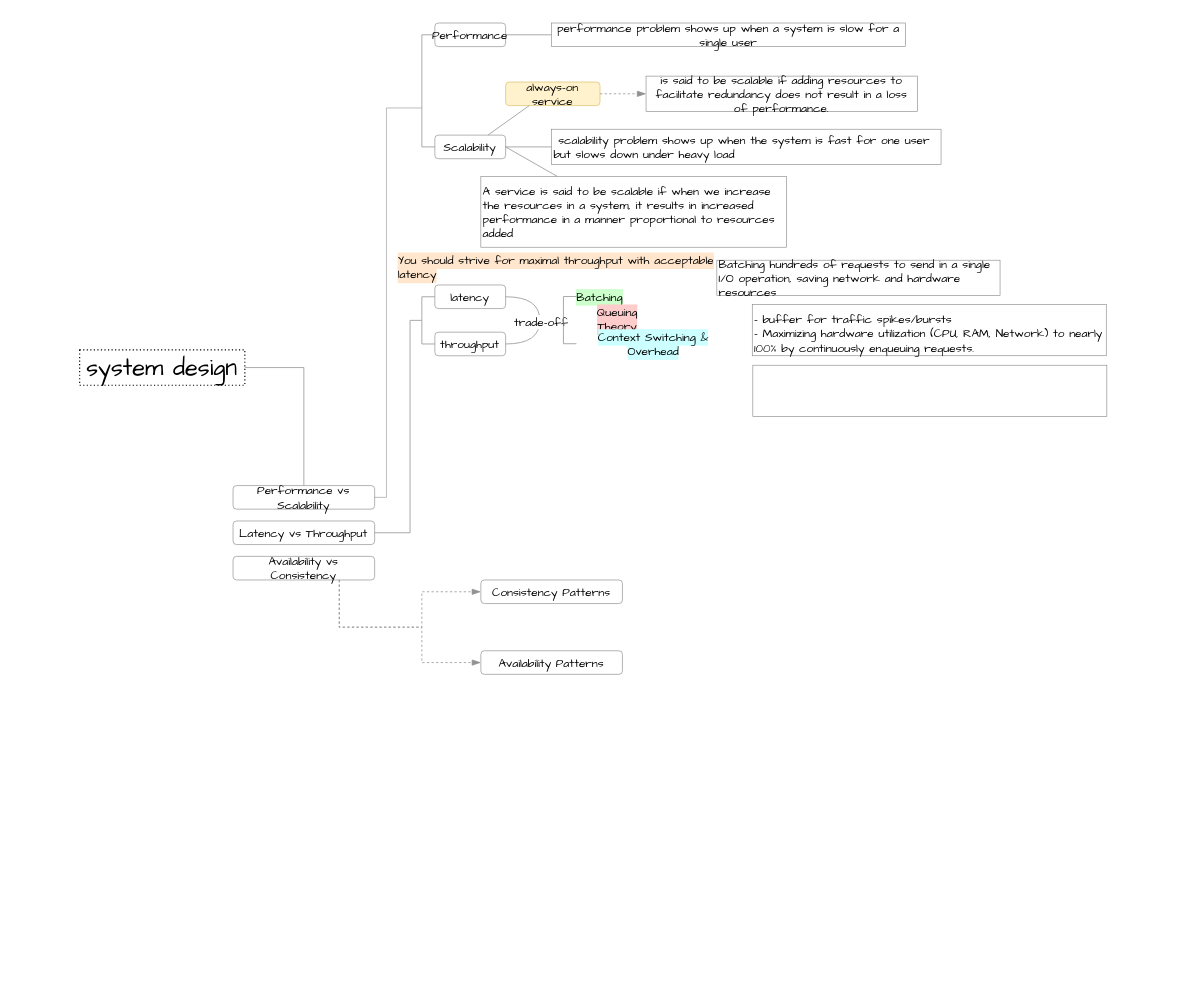
ptt743/draw keeps this draw.io diagram as page "Page-1" (1 of 2) of [research]SystemDesignKnowledge.drawio. Above is the earlier version. Source tidied: cells renumbered, new cells numbered last; positions are measured from the earlier drawing's top-left corner, leaving out a move shared by most shapes. Both pictures are drawn from the tidied source at 118%, with x=0, y=0 at pixel (79, 22).
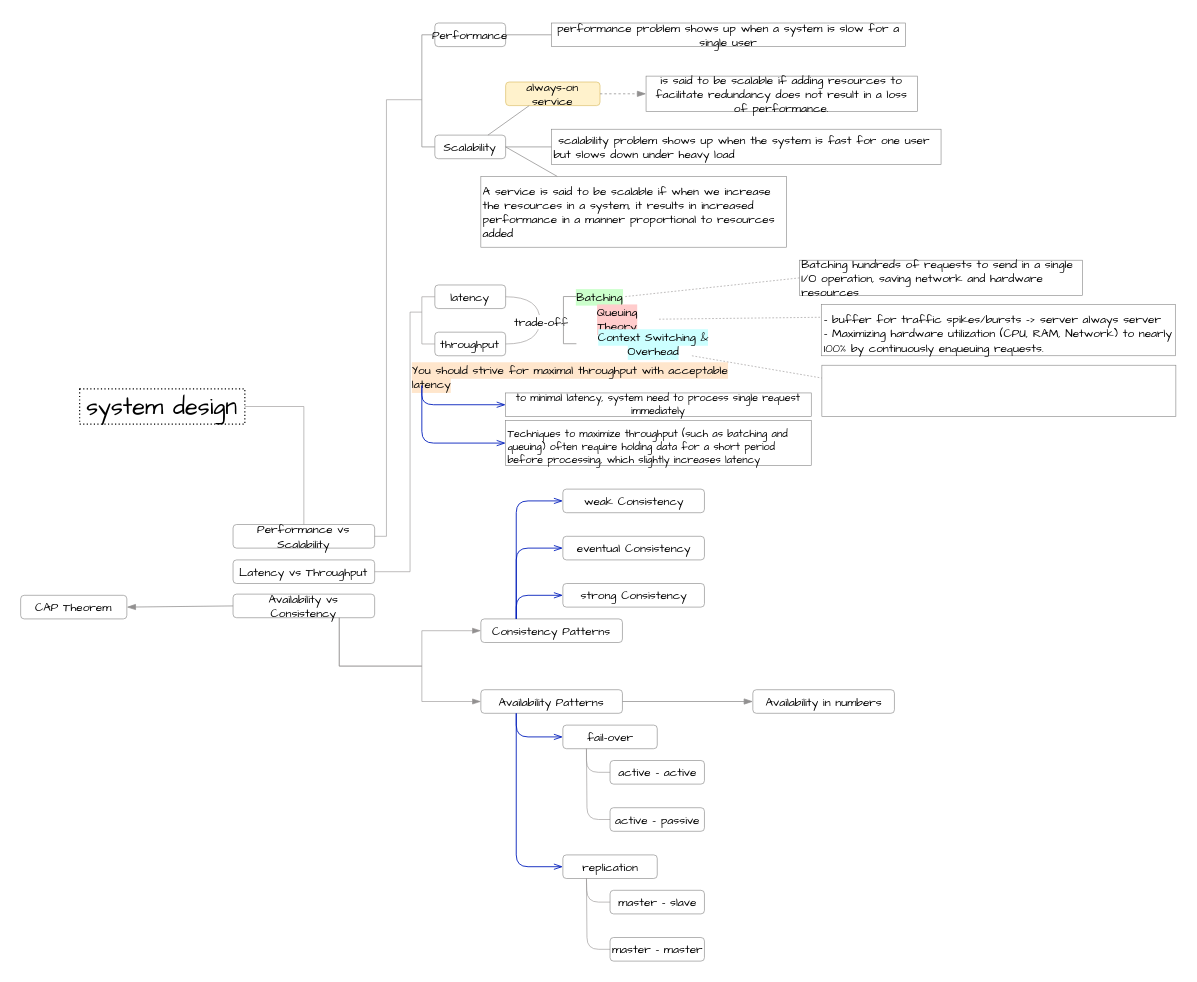
The same diagram, later.

The change refers to these unchanged cells:
```xml
<mxCell id="25" value="latency" style="rounded=1;whiteSpace=wrap;html=1;fontFamily=Comic Sans MS;strokeColor=#808080;strokeWidth=0.5;fontSize=10;" parent="1" vertex="1">
  <mxGeometry x="301" y="222" width="60" height="20" as="geometry" />
</mxCell>
<mxCell id="26" value="throughput" style="rounded=1;whiteSpace=wrap;html=1;fontFamily=Comic Sans MS;strokeColor=#808080;strokeWidth=0.5;fontSize=10;" parent="1" vertex="1">
  <mxGeometry x="301" y="262" width="60" height="20" as="geometry" />
</mxCell>
<mxCell id="33" value="&lt;span style=&quot;background-color: rgb(204, 255, 204);&quot;&gt;Batching&lt;/span&gt;" style="text;html=1;whiteSpace=wrap;strokeColor=none;fillColor=none;align=center;verticalAlign=middle;rounded=0;fontFamily=Comic Sans MS;fontSize=10;" parent="1" vertex="1">
  <mxGeometry x="421" y="222" width="40" height="20" as="geometry" />
</mxCell>
<mxCell id="34" value="&lt;span style=&quot;background-color: rgb(255, 204, 204);&quot;&gt;Queuing Theory&lt;/span&gt;" style="text;html=1;whiteSpace=wrap;strokeColor=none;fillColor=none;align=center;verticalAlign=middle;rounded=0;fontFamily=Comic Sans MS;fontSize=10;" parent="1" vertex="1">
  <mxGeometry x="421" y="241" width="70" height="20" as="geometry" />
</mxCell>
<mxCell id="35" value="&lt;span style=&quot;background-color: rgb(204, 255, 255);&quot;&gt;Context Switching &amp;amp; Overhead&lt;/span&gt;" style="text;html=1;whiteSpace=wrap;strokeColor=none;fillColor=none;align=center;verticalAlign=middle;rounded=0;fontFamily=Comic Sans MS;fontSize=10;" parent="1" vertex="1">
  <mxGeometry x="421" y="262" width="130.5" height="20" as="geometry" />
</mxCell>
```

Diff of the diagram source:
```diff
@@
     <mxCell id="2" value="&lt;div&gt;Performance vs Scalability&lt;/div&gt;" style="rounded=1;whiteSpace=wrap;html=1;fontFamily=Comic Sans MS;strokeColor=#808080;strokeWidth=0.5;fontSize=10;" parent="1" vertex="1">
-      <mxGeometry x="130" y="392" width="120" height="20" as="geometry" />
+      <mxGeometry x="130" y="425" width="120" height="20" as="geometry" />
     </mxCell>
     <mxCell id="3" value="&lt;div&gt;Latency vs Throughput&lt;/div&gt;" style="rounded=1;whiteSpace=wrap;html=1;fontFamily=Comic Sans MS;strokeColor=#808080;strokeWidth=0.5;fontSize=10;" parent="1" vertex="1">
-      <mxGeometry x="130" y="422" width="120" height="20" as="geometry" />
+      <mxGeometry x="130" y="455" width="120" height="20" as="geometry" />
     </mxCell>
     <mxCell id="4" value="&lt;div&gt;Availability vs Consistency&lt;/div&gt;" style="rounded=1;whiteSpace=wrap;html=1;fontFamily=Comic Sans MS;strokeColor=#808080;strokeWidth=0.5;fontSize=10;" parent="1" vertex="1">
-      <mxGeometry x="130" y="452" width="120" height="20" as="geometry" />
+      <mxGeometry x="130" y="484" width="120" height="20" as="geometry" />
     </mxCell>
     <mxCell id="5" value="&lt;div&gt;Consistency Patterns&lt;/div&gt;" style="rounded=1;whiteSpace=wrap;html=1;fontFamily=Comic Sans MS;strokeColor=#808080;strokeWidth=0.5;fontSize=10;" parent="1" vertex="1">
-      <mxGeometry x="340" y="472" width="120" height="20" as="geometry" />
+      <mxGeometry x="340" y="505" width="120" height="20" as="geometry" />
     </mxCell>
     <mxCell id="6" value="&lt;div&gt;&lt;span style=&quot;background-color: transparent; color: light-dark(rgb(0, 0, 0), rgb(255, 255, 255));&quot;&gt;Availability&lt;/span&gt;&amp;nbsp;Patterns&lt;/div&gt;" style="rounded=1;whiteSpace=wrap;html=1;fontFamily=Comic Sans MS;strokeColor=#808080;strokeWidth=0.5;fontSize=10;" parent="1" vertex="1">
-      <mxGeometry x="340" y="532" width="120" height="20" as="geometry" />
+      <mxGeometry x="340" y="565" width="120" height="20" as="geometry" />
     </mxCell>
-    <mxCell id="7" style="endArrow=blockThin;html=1;rounded=0;endFill=1;strokeColor=light-dark(#929090, #ededed);strokeWidth=0.65;dashed=1;entryX=0;entryY=0.5;entryDx=0;entryDy=0;exitX=0.75;exitY=1;exitDx=0;exitDy=0;" parent="1" edge="1" source="4" target="5">
+    <mxCell id="7" style="endArrow=blockThin;html=1;rounded=0;endFill=1;strokeColor=light-dark(#929090, #ededed);strokeWidth=0.5;entryX=0;entryY=0.5;entryDx=0;entryDy=0;exitX=0.75;exitY=1;exitDx=0;exitDy=0;" parent="1" edge="1" source="4" target="5">
       <mxGeometry relative="1" as="geometry">
         <Array as="points">
-          <mxPoint x="220" y="512" />
-          <mxPoint x="290" y="512" />
-          <mxPoint x="290" y="482" />
+          <mxPoint x="220" y="545" />
+          <mxPoint x="290" y="545" />
+          <mxPoint x="290" y="515" />
         </Array>
       </mxGeometry>
     </mxCell>
-    <mxCell id="8" style="endArrow=blockThin;html=1;rounded=0;endFill=1;strokeColor=light-dark(#929090, #ededed);strokeWidth=0.65;dashed=1;entryX=0;entryY=0.5;entryDx=0;entryDy=0;exitX=0.75;exitY=1;exitDx=0;exitDy=0;" parent="1" edge="1" source="4" target="6">
+    <mxCell id="8" style="endArrow=blockThin;html=1;rounded=0;endFill=1;strokeColor=light-dark(#929090, #ededed);strokeWidth=0.5;entryX=0;entryY=0.5;entryDx=0;entryDy=0;exitX=0.75;exitY=1;exitDx=0;exitDy=0;" parent="1" edge="1" source="4" target="6">
       <mxGeometry relative="1" as="geometry">
         <Array as="points">
-          <mxPoint x="220" y="512" />
-          <mxPoint x="290" y="512" />
-          <mxPoint x="290" y="542" />
+          <mxPoint x="220" y="545" />
+          <mxPoint x="290" y="545" />
+          <mxPoint x="290" y="575" />
         </Array>
       </mxGeometry>
     </mxCell>
@@
     <mxCell id="12" style="endArrow=none;html=1;rounded=0;endFill=0;strokeColor=light-dark(#929090, #ededed);strokeWidth=0.5;entryX=1;entryY=0.5;entryDx=0;entryDy=0;" parent="1" edge="1" target="2">
       <mxGeometry relative="1" as="geometry">
-        <mxPoint x="290" y="72" as="sourcePoint" />
+        <mxPoint x="290" y="65" as="sourcePoint" />
         <Array as="points">
-          <mxPoint x="260" y="72" />
-          <mxPoint x="260" y="402" />
+          <mxPoint x="260" y="65" />
+          <mxPoint x="260" y="435" />
         </Array>
       </mxGeometry>
     </mxCell>
@@
     <mxCell id="17" value="system design" style="text;html=1;whiteSpace=wrap;strokeColor=default;fillColor=none;align=center;verticalAlign=middle;rounded=0;fontFamily=Comic Sans MS;fontSize=20;dashed=1;dashPattern=1 2;" parent="1" vertex="1">
-      <mxGeometry y="277" width="140" height="30" as="geometry" />
+      <mxGeometry y="310" width="140" height="30" as="geometry" />
     </mxCell>
-    <mxCell id="18" style="endArrow=none;html=1;rounded=0;endFill=0;strokeColor=light-dark(#929090, #ededed);strokeWidth=0.65;entryX=1;entryY=0.5;entryDx=0;entryDy=0;exitX=0.5;exitY=0;exitDx=0;exitDy=0;" parent="1" edge="1" source="2" target="17">
+    <mxCell id="18" style="endArrow=none;html=1;rounded=0;endFill=0;strokeColor=light-dark(#929090, #ededed);strokeWidth=0.5;entryX=1;entryY=0.5;entryDx=0;entryDy=0;exitX=0.5;exitY=0;exitDx=0;exitDy=0;" parent="1" edge="1" source="2" target="17">
       <mxGeometry relative="1" as="geometry">
         <Array as="points">
-          <mxPoint x="190" y="292" />
+          <mxPoint x="190" y="325" />
         </Array>
       </mxGeometry>
     </mxCell>
@@
-    <mxCell id="27" style="endArrow=none;html=1;rounded=0;endFill=0;strokeColor=light-dark(#929090, #ededed);strokeWidth=0.65;entryX=1;entryY=0.5;entryDx=0;entryDy=0;" parent="1" edge="1" target="3">
+    <mxCell id="27" style="endArrow=none;html=1;rounded=0;endFill=0;strokeColor=light-dark(#929090, #ededed);strokeWidth=0.5;entryX=1;entryY=0.5;entryDx=0;entryDy=0;" parent="1" edge="1" target="3">
       <mxGeometry relative="1" as="geometry">
-        <mxPoint x="290" y="252" as="sourcePoint" />
+        <mxPoint x="290" y="245" as="sourcePoint" />
         <Array as="points">
-          <mxPoint x="280" y="252" />
-          <mxPoint x="280" y="432" />
+          <mxPoint x="280" y="245" />
+          <mxPoint x="280" y="465" />
         </Array>
       </mxGeometry>
     </mxCell>
-    <mxCell id="28" style="endArrow=none;html=1;rounded=0;endFill=0;strokeColor=light-dark(#929090, #ededed);strokeWidth=0.65;" parent="1" edge="1">
+    <mxCell id="28" style="endArrow=none;html=1;rounded=0;endFill=0;strokeColor=light-dark(#929090, #ededed);strokeWidth=0.5;" parent="1" edge="1">
       <mxGeometry relative="1" as="geometry">
         <mxPoint x="290" y="232" as="sourcePoint" />
         <mxPoint x="290" y="272" as="targetPoint" />
       </mxGeometry>
     </mxCell>
-    <mxCell id="29" style="endArrow=none;html=1;rounded=0;endFill=0;strokeColor=light-dark(#929090, #ededed);strokeWidth=0.65;entryX=0;entryY=0.5;entryDx=0;entryDy=0;" parent="1" edge="1" target="26">
+    <mxCell id="29" style="endArrow=none;html=1;rounded=0;endFill=0;strokeColor=light-dark(#929090, #ededed);strokeWidth=0.5;entryX=0;entryY=0.5;entryDx=0;entryDy=0;" parent="1" edge="1" target="26">
       <mxGeometry relative="1" as="geometry">
         <mxPoint x="290" y="272" as="sourcePoint" />
       </mxGeometry>
     </mxCell>
-    <mxCell id="30" style="endArrow=none;html=1;rounded=0;endFill=0;strokeColor=light-dark(#929090, #ededed);strokeWidth=0.65;entryX=0;entryY=0.5;entryDx=0;entryDy=0;" parent="1" edge="1">
+    <mxCell id="30" style="endArrow=none;html=1;rounded=0;endFill=0;strokeColor=light-dark(#929090, #ededed);strokeWidth=0.5;entryX=0;entryY=0.5;entryDx=0;entryDy=0;" parent="1" edge="1">
       <mxGeometry relative="1" as="geometry">
         <mxPoint x="290" y="232" as="sourcePoint" />
         <mxPoint x="301" y="232" as="targetPoint" />
       </mxGeometry>
     </mxCell>
-    <mxCell id="31" style="endArrow=none;html=1;rounded=0;endFill=0;strokeColor=light-dark(#929090, #ededed);strokeWidth=0.65;entryX=1;entryY=0.5;entryDx=0;entryDy=0;exitX=1;exitY=0.5;exitDx=0;exitDy=0;curved=1;" parent="1" edge="1" source="26" target="25">
+    <mxCell id="31" style="endArrow=none;html=1;rounded=0;endFill=0;strokeColor=light-dark(#929090, #ededed);strokeWidth=0.5;entryX=1;entryY=0.5;entryDx=0;entryDy=0;exitX=1;exitY=0.5;exitDx=0;exitDy=0;curved=1;" parent="1" edge="1" source="26" target="25">
       <mxGeometry relative="1" as="geometry">
         <Array as="points">
           <mxPoint x="390" y="272" />
           <mxPoint x="390" y="232" />
         </Array>
       </mxGeometry>
     </mxCell>
@@
     <mxCell id="39" value="Batching hundreds of requests to send in a single I/O operation, saving network and hardware resources" style="rounded=0;whiteSpace=wrap;html=1;fontFamily=Comic Sans MS;strokeColor=#808080;strokeWidth=0.5;align=left;verticalAlign=middle;fontSize=10;" parent="1" vertex="1">
-      <mxGeometry x="540" y="201" width="240" height="30" as="geometry" />
+      <mxGeometry x="610" y="201" width="240" height="30" as="geometry" />
     </mxCell>
-    <mxCell id="40" value="- buffer for&amp;nbsp;traffic spikes/bursts&lt;div&gt;-&amp;nbsp;Maximizing hardware utilization (CPU, RAM, Network) to nearly 100% by continuously enqueuing requests.&lt;/div&gt;" style="rounded=0;whiteSpace=wrap;html=1;fontFamily=Comic Sans MS;strokeColor=#808080;strokeWidth=0.5;align=left;verticalAlign=top;fontSize=10;" parent="1" vertex="1">
-      <mxGeometry x="570" y="238.5" width="300" height="43.5" as="geometry" />
+    <mxCell id="40" value="- buffer for&amp;nbsp;traffic spikes/bursts -&amp;gt; server always server&lt;div&gt;-&amp;nbsp;Maximizing hardware utilization (CPU, RAM, Network) to nearly 100% by continuously enqueuing requests.&lt;/div&gt;" style="rounded=0;whiteSpace=wrap;html=1;fontFamily=Comic Sans MS;strokeColor=#808080;strokeWidth=0.5;align=left;verticalAlign=top;fontSize=10;" parent="1" vertex="1">
+      <mxGeometry x="628.5" y="238.5" width="300" height="43.5" as="geometry" />
     </mxCell>
     <mxCell id="41" style="rounded=0;whiteSpace=wrap;html=1;fontFamily=Comic Sans MS;strokeColor=#808080;strokeWidth=0.5;align=left;verticalAlign=top;fontSize=10;" parent="1" vertex="1">
-      <mxGeometry x="570.5" y="290" width="300" height="43.5" as="geometry" />
+      <mxGeometry x="629" y="290" width="300" height="43.5" as="geometry" />
     </mxCell>
     <mxCell id="42" value="&lt;span style=&quot;background-color: rgb(255, 230, 204);&quot;&gt;You should strive for maximal throughput with acceptable latency&lt;/span&gt;" style="text;html=1;whiteSpace=wrap;strokeColor=none;fillColor=none;align=left;verticalAlign=middle;rounded=0;fontFamily=Comic Sans MS;fontSize=10;" parent="1" vertex="1">
-      <mxGeometry x="267.5" y="192" width="279" height="30" as="geometry" />
+      <mxGeometry x="280" y="290" width="270" height="20" as="geometry" />
     </mxCell>
+    <mxCell id="43" value="&lt;div&gt;eventual Consistency&lt;/div&gt;" style="rounded=1;whiteSpace=wrap;html=1;fontFamily=Comic Sans MS;strokeColor=#808080;strokeWidth=0.5;fontSize=10;" parent="1" vertex="1">
+      <mxGeometry x="409.5" y="435" width="120" height="20" as="geometry" />
+    </mxCell>
+    <mxCell id="44" value="&lt;div&gt;strong Consistency&lt;/div&gt;" style="rounded=1;whiteSpace=wrap;html=1;fontFamily=Comic Sans MS;strokeColor=#808080;strokeWidth=0.5;fontSize=10;" parent="1" vertex="1">
+      <mxGeometry x="409.5" y="475" width="120" height="20" as="geometry" />
+    </mxCell>
+    <mxCell id="45" value="&lt;div&gt;weak Consistency&lt;/div&gt;" style="rounded=1;whiteSpace=wrap;html=1;fontFamily=Comic Sans MS;strokeColor=#808080;strokeWidth=0.5;fontSize=10;" parent="1" vertex="1">
+      <mxGeometry x="409.5" y="395" width="120" height="20" as="geometry" />
+    </mxCell>
+    <mxCell id="46" style="endArrow=openThin;html=1;rounded=1;strokeWidth=0.75;endFill=0;strokeColor=#001DBC;fontFamily=Comic Sans MS;fillColor=#0050ef;exitX=0.25;exitY=0;exitDx=0;exitDy=0;entryX=0;entryY=0.5;entryDx=0;entryDy=0;curved=0;" parent="1" edge="1" source="5" target="44">
+      <mxGeometry relative="1" as="geometry">
+        <Array as="points">
+          <mxPoint x="370" y="485" />
+        </Array>
+      </mxGeometry>
+    </mxCell>
+    <mxCell id="47" style="endArrow=openThin;html=1;rounded=1;strokeWidth=0.75;endFill=0;strokeColor=#001DBC;fontFamily=Comic Sans MS;fillColor=#0050ef;exitX=0.25;exitY=0;exitDx=0;exitDy=0;entryX=0;entryY=0.5;entryDx=0;entryDy=0;curved=0;" parent="1" edge="1" source="5" target="43">
+      <mxGeometry relative="1" as="geometry">
+        <Array as="points">
+          <mxPoint x="370" y="445" />
+        </Array>
+      </mxGeometry>
+    </mxCell>
+    <mxCell id="48" style="endArrow=openThin;html=1;rounded=1;strokeWidth=0.75;endFill=0;strokeColor=#001DBC;fontFamily=Comic Sans MS;fillColor=#0050ef;exitX=0.25;exitY=0;exitDx=0;exitDy=0;entryX=0;entryY=0.5;entryDx=0;entryDy=0;curved=0;" parent="1" edge="1" source="5" target="45">
+      <mxGeometry relative="1" as="geometry">
+        <Array as="points">
+          <mxPoint x="370" y="405" />
+        </Array>
+      </mxGeometry>
+    </mxCell>
+    <mxCell id="49" value="fail-over" style="rounded=1;whiteSpace=wrap;html=1;fontFamily=Comic Sans MS;strokeColor=#808080;strokeWidth=0.5;fontSize=10;" parent="1" vertex="1">
+      <mxGeometry x="409.5" y="595" width="80" height="20" as="geometry" />
+    </mxCell>
+    <mxCell id="50" value="replication" style="rounded=1;whiteSpace=wrap;html=1;fontFamily=Comic Sans MS;strokeColor=#808080;strokeWidth=0.5;fontSize=10;" parent="1" vertex="1">
+      <mxGeometry x="409.5" y="705" width="80" height="20" as="geometry" />
+    </mxCell>
+    <mxCell id="51" style="endArrow=openThin;html=1;rounded=1;strokeWidth=0.75;endFill=0;strokeColor=#001DBC;fontFamily=Comic Sans MS;fillColor=#0050ef;exitX=0.25;exitY=1;exitDx=0;exitDy=0;entryX=0;entryY=0.5;entryDx=0;entryDy=0;curved=0;" parent="1" edge="1" source="6" target="49">
+      <mxGeometry relative="1" as="geometry">
+        <Array as="points">
+          <mxPoint x="370" y="605" />
+        </Array>
+      </mxGeometry>
+    </mxCell>
+    <mxCell id="52" style="endArrow=openThin;html=1;rounded=1;strokeWidth=0.75;endFill=0;strokeColor=#001DBC;fontFamily=Comic Sans MS;fillColor=#0050ef;exitX=0.25;exitY=1;exitDx=0;exitDy=0;entryX=0;entryY=0.5;entryDx=0;entryDy=0;curved=0;" parent="1" edge="1" source="6" target="50">
+      <mxGeometry relative="1" as="geometry">
+        <Array as="points">
+          <mxPoint x="370" y="715" />
+        </Array>
+      </mxGeometry>
+    </mxCell>
+    <mxCell id="53" value="&lt;div&gt;&lt;span style=&quot;background-color: transparent; color: light-dark(rgb(0, 0, 0), rgb(255, 255, 255));&quot;&gt;Availability&lt;/span&gt;&amp;nbsp;in numbers&lt;/div&gt;" style="rounded=1;whiteSpace=wrap;html=1;fontFamily=Comic Sans MS;strokeColor=#808080;strokeWidth=0.5;fontSize=10;" parent="1" vertex="1">
+      <mxGeometry x="570.5" y="565" width="120" height="20" as="geometry" />
+    </mxCell>
+    <mxCell id="54" style="endArrow=blockThin;html=1;rounded=0;endFill=1;strokeColor=light-dark(#929090, #ededed);strokeWidth=0.65;entryX=0;entryY=0.5;entryDx=0;entryDy=0;exitX=1;exitY=0.5;exitDx=0;exitDy=0;" parent="1" edge="1" source="6" target="53">
+      <mxGeometry relative="1" as="geometry" />
+    </mxCell>
+    <mxCell id="55" value="active - active" style="rounded=1;whiteSpace=wrap;html=1;fontFamily=Comic Sans MS;strokeColor=#808080;strokeWidth=0.5;fontSize=10;" parent="1" vertex="1">
+      <mxGeometry x="449.5" y="625" width="80" height="20" as="geometry" />
+    </mxCell>
+    <mxCell id="56" value="active - passive" style="rounded=1;whiteSpace=wrap;html=1;fontFamily=Comic Sans MS;strokeColor=#808080;strokeWidth=0.5;fontSize=10;" parent="1" vertex="1">
+      <mxGeometry x="449.5" y="665" width="80" height="20" as="geometry" />
+    </mxCell>
+    <mxCell id="57" value="master - slave" style="rounded=1;whiteSpace=wrap;html=1;fontFamily=Comic Sans MS;strokeColor=#808080;strokeWidth=0.5;fontSize=10;" parent="1" vertex="1">
+      <mxGeometry x="449.5" y="735" width="80" height="20" as="geometry" />
+    </mxCell>
+    <mxCell id="58" value="master - master" style="rounded=1;whiteSpace=wrap;html=1;fontFamily=Comic Sans MS;strokeColor=#808080;strokeWidth=0.5;fontSize=10;" parent="1" vertex="1">
+      <mxGeometry x="449.5" y="775" width="80" height="20" as="geometry" />
+    </mxCell>
+    <mxCell id="59" value="&lt;div&gt;CAP Theorem&lt;/div&gt;" style="rounded=1;whiteSpace=wrap;html=1;fontFamily=Comic Sans MS;strokeColor=#808080;strokeWidth=0.5;fontSize=10;" parent="1" vertex="1">
+      <mxGeometry x="-50" y="485" width="90" height="20" as="geometry" />
+    </mxCell>
+    <mxCell id="60" style="endArrow=none;html=1;rounded=1;endFill=0;strokeColor=light-dark(#929090, #ededed);strokeWidth=0.5;entryX=0;entryY=0.5;entryDx=0;entryDy=0;exitX=0.25;exitY=1;exitDx=0;exitDy=0;curved=0;" parent="1" edge="1" source="49" target="55">
+      <mxGeometry relative="1" as="geometry">
+        <Array as="points">
+          <mxPoint x="429.5" y="635" />
+        </Array>
+      </mxGeometry>
+    </mxCell>
+    <mxCell id="61" style="endArrow=none;html=1;rounded=1;endFill=0;strokeColor=light-dark(#929090, #ededed);strokeWidth=0.5;exitX=0.25;exitY=1;exitDx=0;exitDy=0;entryX=0;entryY=0.5;entryDx=0;entryDy=0;curved=0;" parent="1" edge="1" source="49" target="56">
+      <mxGeometry relative="1" as="geometry">
+        <Array as="points">
+          <mxPoint x="430" y="675" />
+        </Array>
+      </mxGeometry>
+    </mxCell>
+    <mxCell id="62" style="endArrow=none;html=1;rounded=1;endFill=0;strokeColor=light-dark(#929090, #ededed);strokeWidth=0.5;entryX=0;entryY=0.5;entryDx=0;entryDy=0;exitX=0.25;exitY=1;exitDx=0;exitDy=0;curved=0;" parent="1" edge="1" source="50" target="57">
+      <mxGeometry relative="1" as="geometry">
+        <Array as="points">
+          <mxPoint x="430" y="745" />
+        </Array>
+      </mxGeometry>
+    </mxCell>
+    <mxCell id="63" style="endArrow=none;html=1;rounded=1;endFill=0;strokeColor=light-dark(#929090, #ededed);strokeWidth=0.5;exitX=0.25;exitY=1;exitDx=0;exitDy=0;entryX=0;entryY=0.5;entryDx=0;entryDy=0;curved=0;" parent="1" edge="1" source="50" target="58">
+      <mxGeometry relative="1" as="geometry">
+        <Array as="points">
+          <mxPoint x="430" y="785" />
+        </Array>
+      </mxGeometry>
+    </mxCell>
+    <mxCell id="64" style="endArrow=blockThin;html=1;rounded=0;endFill=1;strokeColor=light-dark(#929090, #ededed);strokeWidth=0.65;entryX=1;entryY=0.5;entryDx=0;entryDy=0;exitX=0;exitY=0.5;exitDx=0;exitDy=0;" parent="1" edge="1" source="4" target="59">
+      <mxGeometry relative="1" as="geometry" />
+    </mxCell>
+    <mxCell id="65" style="endArrow=none;html=1;rounded=0;endFill=0;strokeColor=light-dark(#929090, #ededed);strokeWidth=0.5;entryX=1;entryY=0.5;entryDx=0;entryDy=0;exitX=0;exitY=0.5;exitDx=0;exitDy=0;dashed=1;" parent="1" edge="1" source="39" target="33">
+      <mxGeometry relative="1" as="geometry" />
+    </mxCell>
+    <mxCell id="66" style="endArrow=none;html=1;rounded=0;endFill=0;strokeColor=light-dark(#929090, #ededed);strokeWidth=0.5;exitX=1;exitY=0.5;exitDx=0;exitDy=0;entryX=0;entryY=0.25;entryDx=0;entryDy=0;dashed=1;" parent="1" edge="1" source="34" target="40">
+      <mxGeometry relative="1" as="geometry" />
+    </mxCell>
+    <mxCell id="67" style="endArrow=none;html=1;rounded=0;endFill=0;strokeColor=light-dark(#929090, #ededed);strokeWidth=0.5;exitX=0.75;exitY=1;exitDx=0;exitDy=0;entryX=0;entryY=0.25;entryDx=0;entryDy=0;dashed=1;" parent="1" edge="1" source="35" target="41">
+      <mxGeometry relative="1" as="geometry" />
+    </mxCell>
+    <mxCell id="68" value="to minimal latency, system need to process single request immediately" style="rounded=0;whiteSpace=wrap;html=1;fontFamily=Comic Sans MS;strokeColor=#808080;strokeWidth=0.5;align=center;verticalAlign=middle;fontSize=9;" parent="1" vertex="1">
+      <mxGeometry x="361" y="313.5" width="259" height="20" as="geometry" />
+    </mxCell>
+    <mxCell id="69" value="Techniques to maximize throughput (such as batching and queuing) often require holding data for a short period before processing, which slightly increases latency" style="rounded=0;whiteSpace=wrap;html=1;fontFamily=Comic Sans MS;strokeColor=#808080;strokeWidth=0.5;align=left;verticalAlign=top;fontSize=9;" parent="1" vertex="1">
+      <mxGeometry x="361" y="337" width="259" height="38" as="geometry" />
+    </mxCell>
+    <mxCell id="70" style="endArrow=openThin;html=1;rounded=1;strokeWidth=0.75;endFill=0;strokeColor=#001DBC;fontFamily=Comic Sans MS;fillColor=#0050ef;entryX=0;entryY=0.5;entryDx=0;entryDy=0;curved=0;" parent="1" edge="1" target="68">
+      <mxGeometry relative="1" as="geometry">
+        <mxPoint x="290" y="307.2" as="sourcePoint" />
+        <Array as="points">
+          <mxPoint x="290" y="323.5" />
+        </Array>
+      </mxGeometry>
+    </mxCell>
+    <mxCell id="71" style="endArrow=openThin;html=1;rounded=1;strokeWidth=0.75;endFill=0;strokeColor=#001DBC;fontFamily=Comic Sans MS;fillColor=#0050ef;exitX=0.037;exitY=0.862;exitDx=0;exitDy=0;exitPerimeter=0;entryX=0;entryY=0.5;entryDx=0;entryDy=0;curved=0;" parent="1" edge="1" source="42" target="69">
+      <mxGeometry relative="1" as="geometry">
+        <Array as="points">
+          <mxPoint x="290" y="356" />
+        </Array>
+      </mxGeometry>
+    </mxCell>
```
